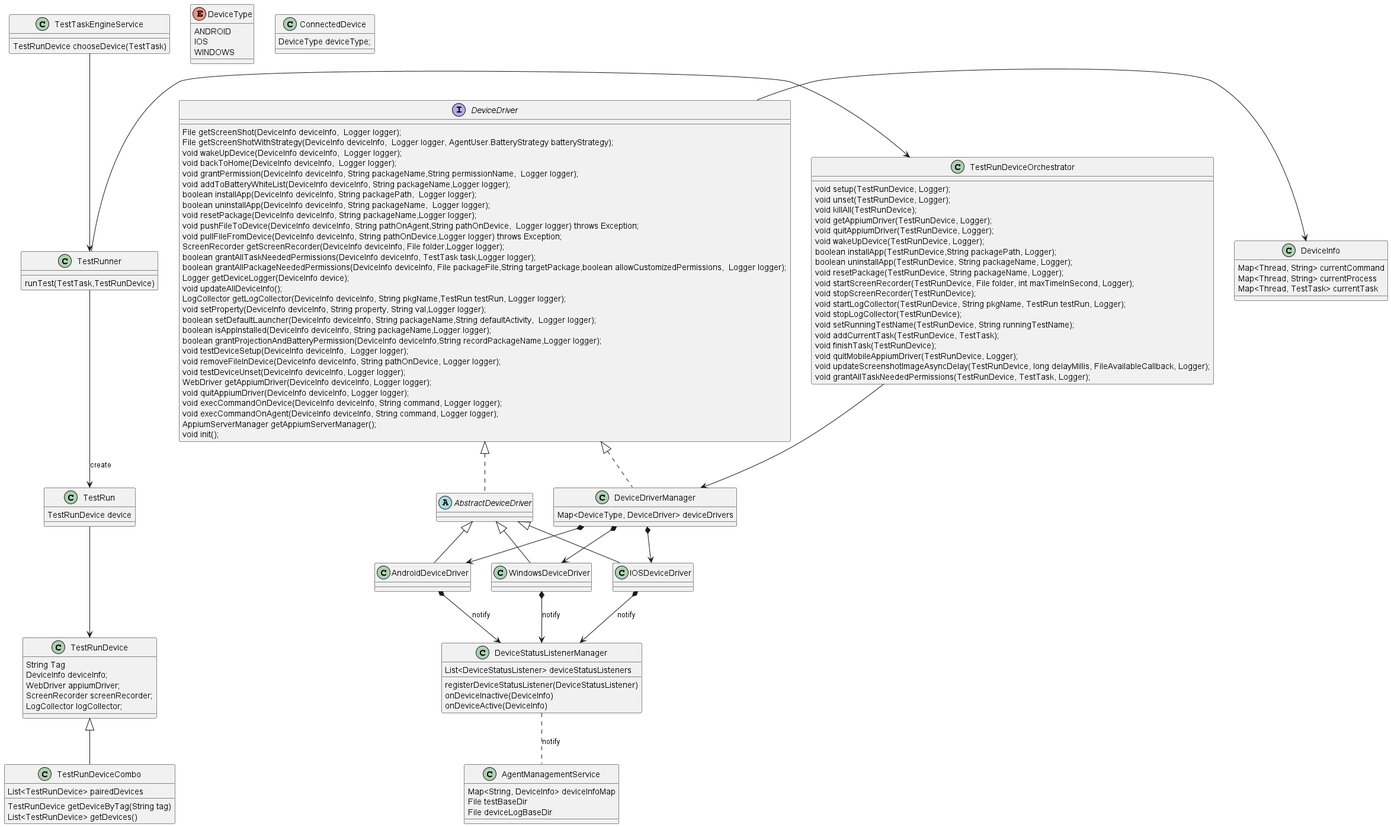
This is docs/images/UML/agent_device_management_design.png from microsoft/HydraLab, a PlantUML export, as it was before one commit.
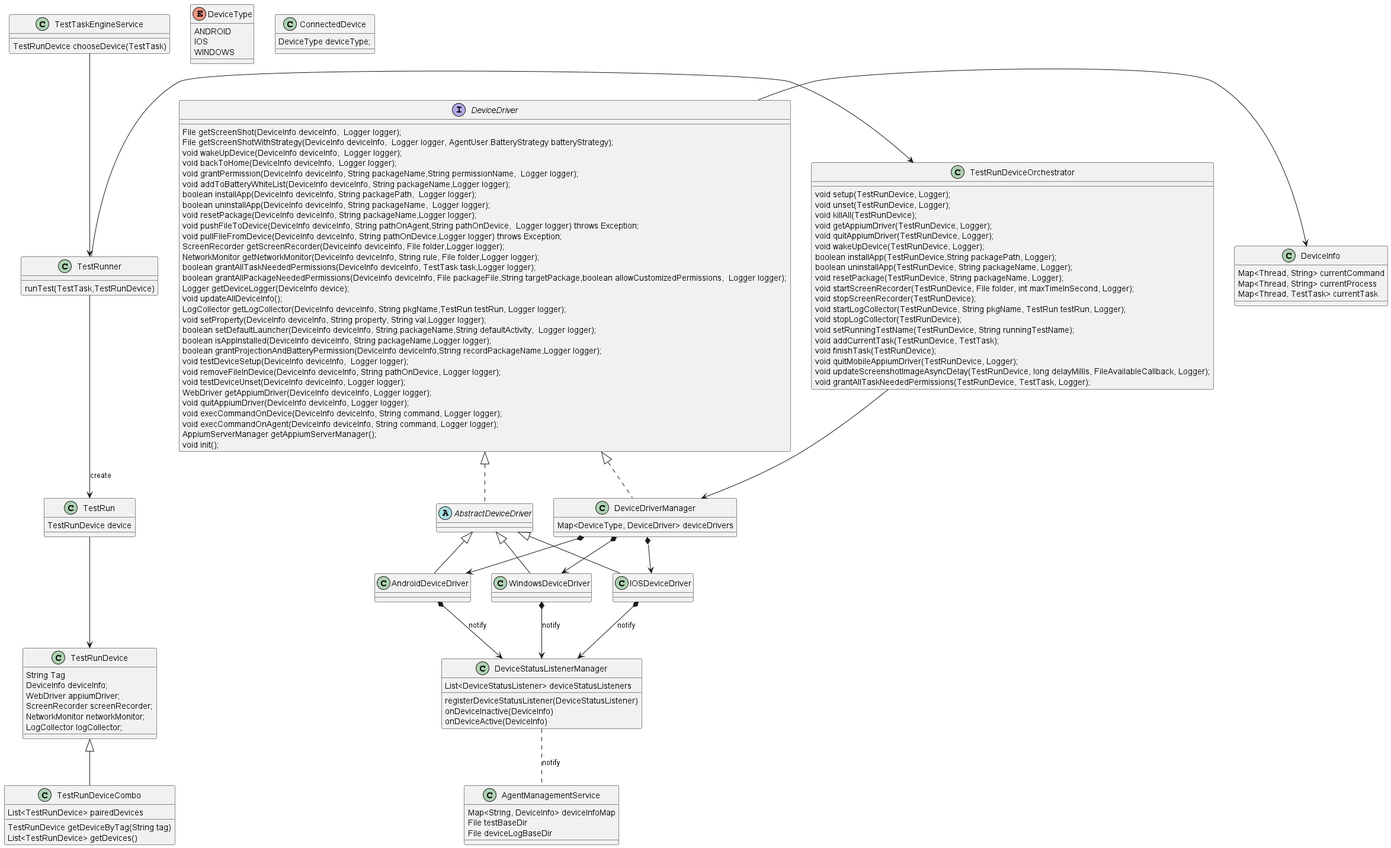
Above is the later version.

The edit, as a diff of the source:
```diff
@@ -59,6 +59,7 @@
     DeviceInfo deviceInfo;
     WebDriver appiumDriver;
     ScreenRecorder screenRecorder;
+    NetworkMonitor networkMonitor;
     LogCollector logCollector;
 }
 
@@ -87,6 +88,7 @@
       void pushFileToDevice(DeviceInfo deviceInfo, String pathOnAgent,String pathOnDevice,  Logger logger) throws Exception;
       void pullFileFromDevice(DeviceInfo deviceInfo, String pathOnDevice,Logger logger) throws Exception;
       ScreenRecorder getScreenRecorder(DeviceInfo deviceInfo, File folder,Logger logger);
+      NetworkMonitor getNetworkMonitor(DeviceInfo deviceInfo, String rule, File folder,Logger logger);
       boolean grantAllTaskNeededPermissions(DeviceInfo deviceInfo, TestTask task,Logger logger);
       boolean grantAllPackageNeededPermissions(DeviceInfo deviceInfo, File packageFile,String targetPackage,boolean allowCustomizedPermissions,  Logger logger);
       Logger getDeviceLogger(DeviceInfo device);
```
